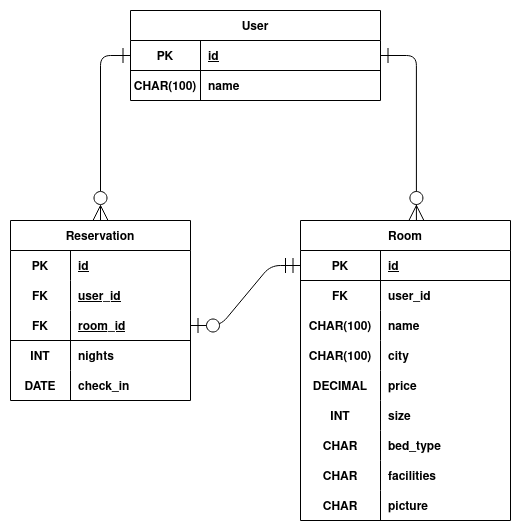
This is erd.png from usmansbk/rooms-backend, a draw.io export, as it was before one commit. Source tidied: cells renumbered, new cells last; positions are measured from the earlier drawing's top-left corner, leaving out a move shared by most shapes. Source of this version:
```xml
<mxGraphModel>
  <root>
    <mxCell id="0" />
    <mxCell id="1" parent="0" />
    <mxCell id="2" style="edgeStyle=orthogonalEdgeStyle;endArrow=ERzeroToMany;startArrow=ERone;endFill=1;startFill=0;entryX=0.552;entryY=0;entryDx=0;entryDy=0;entryPerimeter=0;endSize=13;startSize=13;" parent="1" edge="1" source="32" target="3">
      <mxGeometry relative="1" as="geometry" />
    </mxCell>
    <mxCell id="3" value="Room" style="shape=table;startSize=30;rowLines=0;fontStyle=1;align=center;" parent="1" vertex="1">
      <mxGeometry x="290" y="210" width="210" height="300" as="geometry" />
    </mxCell>
    <mxCell id="4" style="shape=partialRectangle;fillColor=none;points=[[0,0.5],[1,0.5]];portConstraint=eastwest;top=0;left=0;right=0;bottom=1;" parent="3" vertex="1">
      <mxGeometry y="30" width="210" height="30" as="geometry" />
    </mxCell>
    <mxCell id="5" value="PK" style="shape=partialRectangle;overflow=hidden;fillColor=none;top=0;left=0;bottom=0;right=0;fontStyle=1;" parent="4" vertex="1">
      <mxGeometry width="80" height="30" as="geometry" />
    </mxCell>
    <mxCell id="6" value="id " style="shape=partialRectangle;overflow=hidden;fillColor=none;top=0;left=0;bottom=0;right=0;align=left;spacingLeft=6;fontStyle=5;" parent="4" vertex="1">
      <mxGeometry x="80" width="130" height="30" as="geometry" />
    </mxCell>
    <mxCell id="7" style="shape=partialRectangle;fillColor=none;top=0;left=0;right=0;bottom=0;" parent="3" vertex="1">
      <mxGeometry y="60" width="210" height="30" as="geometry" />
    </mxCell>
    <mxCell id="8" value="FK" style="shape=partialRectangle;overflow=hidden;fillColor=none;top=0;left=0;bottom=0;right=0;fontStyle=1;" parent="7" vertex="1">
      <mxGeometry width="80" height="30" as="geometry" />
    </mxCell>
    <mxCell id="9" value="user_id" style="shape=partialRectangle;overflow=hidden;fillColor=none;top=0;left=0;bottom=0;right=0;align=left;spacingLeft=6;fontStyle=1;" parent="7" vertex="1">
      <mxGeometry x="80" width="130" height="30" as="geometry" />
    </mxCell>
    <mxCell id="10" style="shape=partialRectangle;fillColor=none;top=0;left=0;right=0;bottom=0;" parent="3" vertex="1">
      <mxGeometry y="90" width="210" height="30" as="geometry" />
    </mxCell>
    <mxCell id="11" value="CHAR(100)" style="shape=partialRectangle;overflow=hidden;fillColor=none;top=0;left=0;bottom=0;right=0;fontStyle=1;" parent="10" vertex="1">
      <mxGeometry width="80" height="30" as="geometry" />
    </mxCell>
    <mxCell id="12" value="name" style="shape=partialRectangle;overflow=hidden;fillColor=none;top=0;left=0;bottom=0;right=0;align=left;spacingLeft=6;fontStyle=1;" parent="10" vertex="1">
      <mxGeometry x="80" width="130" height="30" as="geometry" />
    </mxCell>
    <mxCell id="13" style="shape=partialRectangle;fillColor=none;top=0;left=0;right=0;bottom=0;" parent="3" vertex="1">
      <mxGeometry y="120" width="210" height="30" as="geometry" />
    </mxCell>
    <mxCell id="14" value="CHAR(100)" style="shape=partialRectangle;overflow=hidden;fillColor=none;top=0;left=0;bottom=0;right=0;fontStyle=1;" parent="13" vertex="1">
      <mxGeometry width="80" height="30" as="geometry" />
    </mxCell>
    <mxCell id="15" value="city" style="shape=partialRectangle;overflow=hidden;fillColor=none;top=0;left=0;bottom=0;right=0;align=left;spacingLeft=6;fontStyle=1;" parent="13" vertex="1">
      <mxGeometry x="80" width="130" height="30" as="geometry" />
    </mxCell>
    <mxCell id="16" style="shape=partialRectangle;fillColor=none;top=0;left=0;right=0;bottom=0;" parent="3" vertex="1">
      <mxGeometry y="150" width="210" height="30" as="geometry" />
    </mxCell>
    <mxCell id="17" value="DECIMAL" style="shape=partialRectangle;overflow=hidden;fillColor=none;top=0;left=0;bottom=0;right=0;fontStyle=1;" parent="16" vertex="1">
      <mxGeometry width="80" height="30" as="geometry" />
    </mxCell>
    <mxCell id="18" value="price" style="shape=partialRectangle;overflow=hidden;fillColor=none;top=0;left=0;bottom=0;right=0;align=left;spacingLeft=6;fontStyle=1;" parent="16" vertex="1">
      <mxGeometry x="80" width="130" height="30" as="geometry" />
    </mxCell>
    <mxCell id="19" style="shape=partialRectangle;fillColor=none;top=0;left=0;right=0;bottom=0;" parent="3" vertex="1">
      <mxGeometry y="180" width="210" height="30" as="geometry" />
    </mxCell>
    <mxCell id="20" value="INT" style="shape=partialRectangle;overflow=hidden;fillColor=none;top=0;left=0;bottom=0;right=0;fontStyle=1;" parent="19" vertex="1">
      <mxGeometry width="80" height="30" as="geometry" />
    </mxCell>
    <mxCell id="21" value="size" style="shape=partialRectangle;overflow=hidden;fillColor=none;top=0;left=0;bottom=0;right=0;align=left;spacingLeft=6;fontStyle=1;" parent="19" vertex="1">
      <mxGeometry x="80" width="130" height="30" as="geometry" />
    </mxCell>
    <mxCell id="22" style="shape=partialRectangle;fillColor=none;top=0;left=0;right=0;bottom=0;" parent="3" vertex="1">
      <mxGeometry y="210" width="210" height="30" as="geometry" />
    </mxCell>
    <mxCell id="23" value="CHAR" style="shape=partialRectangle;overflow=hidden;fillColor=none;top=0;left=0;bottom=0;right=0;fontStyle=1;" parent="22" vertex="1">
      <mxGeometry width="80" height="30" as="geometry" />
    </mxCell>
    <mxCell id="24" value="bed_type" style="shape=partialRectangle;overflow=hidden;fillColor=none;top=0;left=0;bottom=0;right=0;align=left;spacingLeft=6;fontStyle=1;" parent="22" vertex="1">
      <mxGeometry x="80" width="130" height="30" as="geometry" />
    </mxCell>
    <mxCell id="25" style="shape=partialRectangle;fillColor=none;top=0;left=0;right=0;bottom=0;" parent="3" vertex="1">
      <mxGeometry y="240" width="210" height="30" as="geometry" />
    </mxCell>
    <mxCell id="26" value="CHAR" style="shape=partialRectangle;overflow=hidden;fillColor=none;top=0;left=0;bottom=0;right=0;fontStyle=1;" parent="25" vertex="1">
      <mxGeometry width="80" height="30" as="geometry" />
    </mxCell>
    <mxCell id="27" value="facilities" style="shape=partialRectangle;overflow=hidden;fillColor=none;top=0;left=0;bottom=0;right=0;align=left;spacingLeft=6;fontStyle=1;" parent="25" vertex="1">
      <mxGeometry x="80" width="130" height="30" as="geometry" />
    </mxCell>
    <mxCell id="28" style="shape=partialRectangle;fillColor=none;top=0;left=0;right=0;bottom=0;" parent="3" vertex="1">
      <mxGeometry y="270" width="210" height="30" as="geometry" />
    </mxCell>
    <mxCell id="29" value="CHAR" style="shape=partialRectangle;overflow=hidden;fillColor=none;top=0;left=0;bottom=0;right=0;fontStyle=1;" parent="28" vertex="1">
      <mxGeometry width="80" height="30" as="geometry" />
    </mxCell>
    <mxCell id="30" value="picture" style="shape=partialRectangle;overflow=hidden;fillColor=none;top=0;left=0;bottom=0;right=0;align=left;spacingLeft=6;fontStyle=1;" parent="28" vertex="1">
      <mxGeometry x="80" width="130" height="30" as="geometry" />
    </mxCell>
    <mxCell id="31" value="User" style="shape=table;startSize=30;rowLines=0;fontStyle=1;align=center;" parent="1" vertex="1">
      <mxGeometry x="120" width="250" height="90" as="geometry" />
    </mxCell>
    <mxCell id="32" style="shape=partialRectangle;fillColor=none;points=[[0,0.5],[1,0.5]];portConstraint=eastwest;top=0;left=0;right=0;bottom=1;" parent="31" vertex="1">
      <mxGeometry y="30" width="250" height="30" as="geometry" />
    </mxCell>
    <mxCell id="33" value="PK" style="shape=partialRectangle;overflow=hidden;fillColor=none;top=0;left=0;bottom=0;right=0;fontStyle=1;" parent="32" vertex="1">
      <mxGeometry width="70" height="30" as="geometry" />
    </mxCell>
    <mxCell id="34" value="id " style="shape=partialRectangle;overflow=hidden;fillColor=none;top=0;left=0;bottom=0;right=0;align=left;spacingLeft=6;fontStyle=5;" parent="32" vertex="1">
      <mxGeometry x="70" width="180" height="30" as="geometry" />
    </mxCell>
    <mxCell id="35" style="shape=partialRectangle;fillColor=none;top=0;left=0;right=0;bottom=0;" parent="31" vertex="1">
      <mxGeometry y="60" width="250" height="30" as="geometry" />
    </mxCell>
    <mxCell id="36" value="CHAR(100)" style="shape=partialRectangle;overflow=hidden;fillColor=none;top=0;left=0;bottom=0;right=0;fontStyle=1;" parent="35" vertex="1">
      <mxGeometry width="70" height="30" as="geometry" />
    </mxCell>
    <mxCell id="37" value="name" style="shape=partialRectangle;overflow=hidden;fillColor=none;top=0;left=0;bottom=0;right=0;align=left;spacingLeft=6;fontStyle=1;" parent="35" vertex="1">
      <mxGeometry x="70" width="180" height="30" as="geometry" />
    </mxCell>
    <mxCell id="38" value="Reservation" style="shape=table;startSize=30;rowLines=0;fontStyle=1;align=center;" parent="1" vertex="1">
      <mxGeometry y="210" width="180" height="180" as="geometry" />
    </mxCell>
    <mxCell id="39" style="shape=partialRectangle;fillColor=none;top=0;left=0;bottom=0;right=0;" parent="38" vertex="1">
      <mxGeometry y="30" width="180" height="30" as="geometry" />
    </mxCell>
    <mxCell id="40" value="PK" style="shape=partialRectangle;fillColor=none;top=0;left=0;bottom=0;right=0;fontStyle=1;overflow=hidden;" parent="39" vertex="1">
      <mxGeometry width="60" height="30" as="geometry" />
    </mxCell>
    <mxCell id="41" value="id" style="shape=partialRectangle;fillColor=none;top=0;left=0;bottom=0;right=0;align=left;spacingLeft=6;fontStyle=5;overflow=hidden;" parent="39" vertex="1">
      <mxGeometry x="60" width="120" height="30" as="geometry" />
    </mxCell>
    <mxCell id="42" style="shape=partialRectangle;fillColor=none;top=0;left=0;bottom=0;right=0;" parent="38" vertex="1">
      <mxGeometry y="60" width="180" height="30" as="geometry" />
    </mxCell>
    <mxCell id="43" value="FK" style="shape=partialRectangle;fillColor=none;top=0;left=0;bottom=0;right=0;fontStyle=1;overflow=hidden;" parent="42" vertex="1">
      <mxGeometry width="60" height="30" as="geometry" />
    </mxCell>
    <mxCell id="44" value="user_id" style="shape=partialRectangle;fillColor=none;top=0;left=0;bottom=0;right=0;align=left;spacingLeft=6;fontStyle=5;overflow=hidden;" parent="42" vertex="1">
      <mxGeometry x="60" width="120" height="30" as="geometry" />
    </mxCell>
    <mxCell id="45" style="shape=partialRectangle;fillColor=none;top=0;left=0;bottom=1;right=0;points=[[0,0.5],[1,0.5]];portConstraint=eastwest;" parent="38" vertex="1">
      <mxGeometry y="90" width="180" height="30" as="geometry" />
    </mxCell>
    <mxCell id="46" value="FK" style="shape=partialRectangle;fillColor=none;top=0;left=0;bottom=0;right=0;fontStyle=1;overflow=hidden;" parent="45" vertex="1">
      <mxGeometry width="60" height="30" as="geometry" />
    </mxCell>
    <mxCell id="47" value="room_id" style="shape=partialRectangle;fillColor=none;top=0;left=0;bottom=0;right=0;align=left;spacingLeft=6;fontStyle=5;overflow=hidden;" parent="45" vertex="1">
      <mxGeometry x="60" width="120" height="30" as="geometry" />
    </mxCell>
    <mxCell id="48" style="shape=partialRectangle;fillColor=none;top=0;left=0;bottom=0;right=0;" parent="38" vertex="1">
      <mxGeometry y="120" width="180" height="30" as="geometry" />
    </mxCell>
    <mxCell id="49" value="INT" style="shape=partialRectangle;fillColor=none;top=0;left=0;bottom=0;right=0;overflow=hidden;fontStyle=1;" parent="48" vertex="1">
      <mxGeometry width="60" height="30" as="geometry" />
    </mxCell>
    <mxCell id="50" value="nights" style="shape=partialRectangle;fillColor=none;top=0;left=0;bottom=0;right=0;align=left;spacingLeft=6;overflow=hidden;fontStyle=1;" parent="48" vertex="1">
      <mxGeometry x="60" width="120" height="30" as="geometry" />
    </mxCell>
    <mxCell id="51" style="shape=partialRectangle;fillColor=none;top=0;left=0;bottom=0;right=0;" parent="38" vertex="1">
      <mxGeometry y="150" width="180" height="30" as="geometry" />
    </mxCell>
    <mxCell id="52" value="DATE" style="shape=partialRectangle;fillColor=none;top=0;left=0;bottom=0;right=0;overflow=hidden;fontStyle=1;" parent="51" vertex="1">
      <mxGeometry width="60" height="30" as="geometry" />
    </mxCell>
    <mxCell id="53" value="check_in" style="shape=partialRectangle;fillColor=none;top=0;left=0;bottom=0;right=0;align=left;spacingLeft=6;overflow=hidden;fontStyle=1;" parent="51" vertex="1">
      <mxGeometry x="60" width="120" height="30" as="geometry" />
    </mxCell>
    <mxCell id="54" style="edgeStyle=orthogonalEdgeStyle;fontSize=12;html=1;endArrow=ERzeroToMany;rounded=1;elbow=vertical;endSize=13;exitX=0;exitY=0.5;exitDx=0;exitDy=0;startArrow=ERone;startFill=0;startSize=13;endFill=0;" parent="1" edge="1" source="32" target="38">
      <mxGeometry relative="1" as="geometry" />
    </mxCell>
    <mxCell id="55" style="edgeStyle=entityRelationEdgeStyle;fontSize=12;html=1;endArrow=ERzeroToOne;startArrow=ERmandOne;rounded=1;endSize=13;elbow=vertical;entryX=1;entryY=0.5;entryDx=0;entryDy=0;exitX=0;exitY=0.5;exitDx=0;exitDy=0;startSize=13;" parent="1" edge="1" source="4" target="45">
      <mxGeometry relative="1" as="geometry" />
    </mxCell>
  </root>
</mxGraphModel>
```
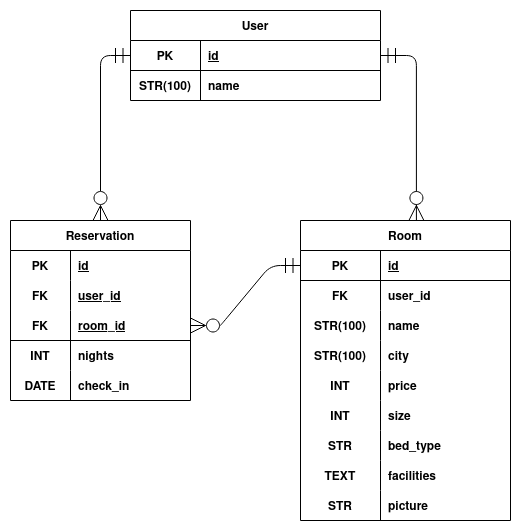
The same file after the commit.

Change to the diagram source:
```diff
@@ -1,8 +1,8 @@
-<mxGraphModel>
+<mxGraphModel background="#ffffff">
   <root>
     <mxCell id="0" />
     <mxCell id="1" parent="0" />
-    <mxCell id="2" style="edgeStyle=orthogonalEdgeStyle;endArrow=ERzeroToMany;startArrow=ERone;endFill=1;startFill=0;entryX=0.552;entryY=0;entryDx=0;entryDy=0;entryPerimeter=0;endSize=13;startSize=13;" parent="1" edge="1" source="32" target="3">
+    <mxCell id="2" style="edgeStyle=orthogonalEdgeStyle;endArrow=ERzeroToMany;startArrow=ERmandOne;endFill=1;startFill=0;entryX=0.552;entryY=0;entryDx=0;entryDy=0;entryPerimeter=0;endSize=13;startSize=13;" parent="1" edge="1" source="32" target="3">
       <mxGeometry relative="1" as="geometry" />
     </mxCell>
     <mxCell id="3" value="Room" style="shape=table;startSize=30;rowLines=0;fontStyle=1;align=center;" parent="1" vertex="1">
@@ -29,7 +29,7 @@
     <mxCell id="10" style="shape=partialRectangle;fillColor=none;top=0;left=0;right=0;bottom=0;" parent="3" vertex="1">
       <mxGeometry y="90" width="210" height="30" as="geometry" />
     </mxCell>
-    <mxCell id="11" value="CHAR(100)" style="shape=partialRectangle;overflow=hidden;fillColor=none;top=0;left=0;bottom=0;right=0;fontStyle=1;" parent="10" vertex="1">
+    <mxCell id="11" value="STR(100)" style="shape=partialRectangle;overflow=hidden;fillColor=none;top=0;left=0;bottom=0;right=0;fontStyle=1;" parent="10" vertex="1">
       <mxGeometry width="80" height="30" as="geometry" />
     </mxCell>
     <mxCell id="12" value="name" style="shape=partialRectangle;overflow=hidden;fillColor=none;top=0;left=0;bottom=0;right=0;align=left;spacingLeft=6;fontStyle=1;" parent="10" vertex="1">
@@ -38,7 +38,7 @@
     <mxCell id="13" style="shape=partialRectangle;fillColor=none;top=0;left=0;right=0;bottom=0;" parent="3" vertex="1">
       <mxGeometry y="120" width="210" height="30" as="geometry" />
     </mxCell>
-    <mxCell id="14" value="CHAR(100)" style="shape=partialRectangle;overflow=hidden;fillColor=none;top=0;left=0;bottom=0;right=0;fontStyle=1;" parent="13" vertex="1">
+    <mxCell id="14" value="STR(100)" style="shape=partialRectangle;overflow=hidden;fillColor=none;top=0;left=0;bottom=0;right=0;fontStyle=1;" parent="13" vertex="1">
       <mxGeometry width="80" height="30" as="geometry" />
     </mxCell>
     <mxCell id="15" value="city" style="shape=partialRectangle;overflow=hidden;fillColor=none;top=0;left=0;bottom=0;right=0;align=left;spacingLeft=6;fontStyle=1;" parent="13" vertex="1">
@@ -47,7 +47,7 @@
     <mxCell id="16" style="shape=partialRectangle;fillColor=none;top=0;left=0;right=0;bottom=0;" parent="3" vertex="1">
       <mxGeometry y="150" width="210" height="30" as="geometry" />
     </mxCell>
-    <mxCell id="17" value="DECIMAL" style="shape=partialRectangle;overflow=hidden;fillColor=none;top=0;left=0;bottom=0;right=0;fontStyle=1;" parent="16" vertex="1">
+    <mxCell id="17" value="INT" style="shape=partialRectangle;overflow=hidden;fillColor=none;top=0;left=0;bottom=0;right=0;fontStyle=1;" parent="16" vertex="1">
       <mxGeometry width="80" height="30" as="geometry" />
     </mxCell>
     <mxCell id="18" value="price" style="shape=partialRectangle;overflow=hidden;fillColor=none;top=0;left=0;bottom=0;right=0;align=left;spacingLeft=6;fontStyle=1;" parent="16" vertex="1">
@@ -65,7 +65,7 @@
     <mxCell id="22" style="shape=partialRectangle;fillColor=none;top=0;left=0;right=0;bottom=0;" parent="3" vertex="1">
       <mxGeometry y="210" width="210" height="30" as="geometry" />
     </mxCell>
-    <mxCell id="23" value="CHAR" style="shape=partialRectangle;overflow=hidden;fillColor=none;top=0;left=0;bottom=0;right=0;fontStyle=1;" parent="22" vertex="1">
+    <mxCell id="23" value="STR" style="shape=partialRectangle;overflow=hidden;fillColor=none;top=0;left=0;bottom=0;right=0;fontStyle=1;" parent="22" vertex="1">
       <mxGeometry width="80" height="30" as="geometry" />
     </mxCell>
     <mxCell id="24" value="bed_type" style="shape=partialRectangle;overflow=hidden;fillColor=none;top=0;left=0;bottom=0;right=0;align=left;spacingLeft=6;fontStyle=1;" parent="22" vertex="1">
@@ -74,7 +74,7 @@
     <mxCell id="25" style="shape=partialRectangle;fillColor=none;top=0;left=0;right=0;bottom=0;" parent="3" vertex="1">
       <mxGeometry y="240" width="210" height="30" as="geometry" />
     </mxCell>
-    <mxCell id="26" value="CHAR" style="shape=partialRectangle;overflow=hidden;fillColor=none;top=0;left=0;bottom=0;right=0;fontStyle=1;" parent="25" vertex="1">
+    <mxCell id="26" value="TEXT" style="shape=partialRectangle;overflow=hidden;fillColor=none;top=0;left=0;bottom=0;right=0;fontStyle=1;" parent="25" vertex="1">
       <mxGeometry width="80" height="30" as="geometry" />
     </mxCell>
     <mxCell id="27" value="facilities" style="shape=partialRectangle;overflow=hidden;fillColor=none;top=0;left=0;bottom=0;right=0;align=left;spacingLeft=6;fontStyle=1;" parent="25" vertex="1">
@@ -83,7 +83,7 @@
     <mxCell id="28" style="shape=partialRectangle;fillColor=none;top=0;left=0;right=0;bottom=0;" parent="3" vertex="1">
       <mxGeometry y="270" width="210" height="30" as="geometry" />
     </mxCell>
-    <mxCell id="29" value="CHAR" style="shape=partialRectangle;overflow=hidden;fillColor=none;top=0;left=0;bottom=0;right=0;fontStyle=1;" parent="28" vertex="1">
+    <mxCell id="29" value="STR" style="shape=partialRectangle;overflow=hidden;fillColor=none;top=0;left=0;bottom=0;right=0;fontStyle=1;" parent="28" vertex="1">
       <mxGeometry width="80" height="30" as="geometry" />
     </mxCell>
     <mxCell id="30" value="picture" style="shape=partialRectangle;overflow=hidden;fillColor=none;top=0;left=0;bottom=0;right=0;align=left;spacingLeft=6;fontStyle=1;" parent="28" vertex="1">
@@ -104,7 +104,7 @@
     <mxCell id="35" style="shape=partialRectangle;fillColor=none;top=0;left=0;right=0;bottom=0;" parent="31" vertex="1">
       <mxGeometry y="60" width="250" height="30" as="geometry" />
     </mxCell>
-    <mxCell id="36" value="CHAR(100)" style="shape=partialRectangle;overflow=hidden;fillColor=none;top=0;left=0;bottom=0;right=0;fontStyle=1;" parent="35" vertex="1">
+    <mxCell id="36" value="STR(100)" style="shape=partialRectangle;overflow=hidden;fillColor=none;top=0;left=0;bottom=0;right=0;fontStyle=1;" parent="35" vertex="1">
       <mxGeometry width="70" height="30" as="geometry" />
     </mxCell>
     <mxCell id="37" value="name" style="shape=partialRectangle;overflow=hidden;fillColor=none;top=0;left=0;bottom=0;right=0;align=left;spacingLeft=6;fontStyle=1;" parent="35" vertex="1">
@@ -158,10 +158,10 @@
     <mxCell id="53" value="check_in" style="shape=partialRectangle;fillColor=none;top=0;left=0;bottom=0;right=0;align=left;spacingLeft=6;overflow=hidden;fontStyle=1;" parent="51" vertex="1">
       <mxGeometry x="60" width="120" height="30" as="geometry" />
     </mxCell>
-    <mxCell id="54" style="edgeStyle=orthogonalEdgeStyle;fontSize=12;html=1;endArrow=ERzeroToMany;rounded=1;elbow=vertical;endSize=13;exitX=0;exitY=0.5;exitDx=0;exitDy=0;startArrow=ERone;startFill=0;startSize=13;endFill=0;" parent="1" edge="1" source="32" target="38">
+    <mxCell id="54" style="edgeStyle=orthogonalEdgeStyle;fontSize=12;html=1;endArrow=ERzeroToMany;rounded=1;elbow=vertical;endSize=13;exitX=0;exitY=0.5;exitDx=0;exitDy=0;startArrow=ERmandOne;startFill=0;startSize=13;endFill=0;" parent="1" edge="1" source="32" target="38">
       <mxGeometry relative="1" as="geometry" />
     </mxCell>
-    <mxCell id="55" style="edgeStyle=entityRelationEdgeStyle;fontSize=12;html=1;endArrow=ERzeroToOne;startArrow=ERmandOne;rounded=1;endSize=13;elbow=vertical;entryX=1;entryY=0.5;entryDx=0;entryDy=0;exitX=0;exitY=0.5;exitDx=0;exitDy=0;startSize=13;" parent="1" edge="1" source="4" target="45">
+    <mxCell id="55" style="edgeStyle=entityRelationEdgeStyle;fontSize=12;html=1;endArrow=ERzeroToMany;startArrow=ERmandOne;rounded=1;endSize=13;elbow=vertical;entryX=1;entryY=0.5;entryDx=0;entryDy=0;exitX=0;exitY=0.5;exitDx=0;exitDy=0;startSize=13;endFill=0;" parent="1" edge="1" source="4" target="45">
       <mxGeometry relative="1" as="geometry" />
     </mxCell>
   </root>
```
